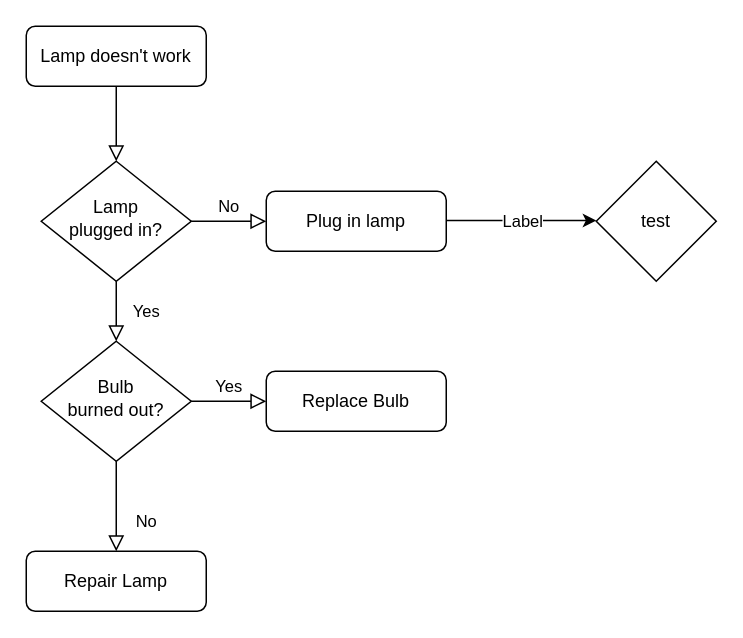
marguello86/Equipo1_MINSA keeps this draw.io diagram as page "Page-1" (1 of 5) of Untitled Diagram.drawio. Above is the earlier version. Source tidied: cells renumbered, new cells numbered last; positions are measured from the earlier drawing's top-left corner, leaving out a move shared by most shapes. Both pictures are drawn from the tidied source at 150%, with x=0, y=0 at pixel (26, 26).
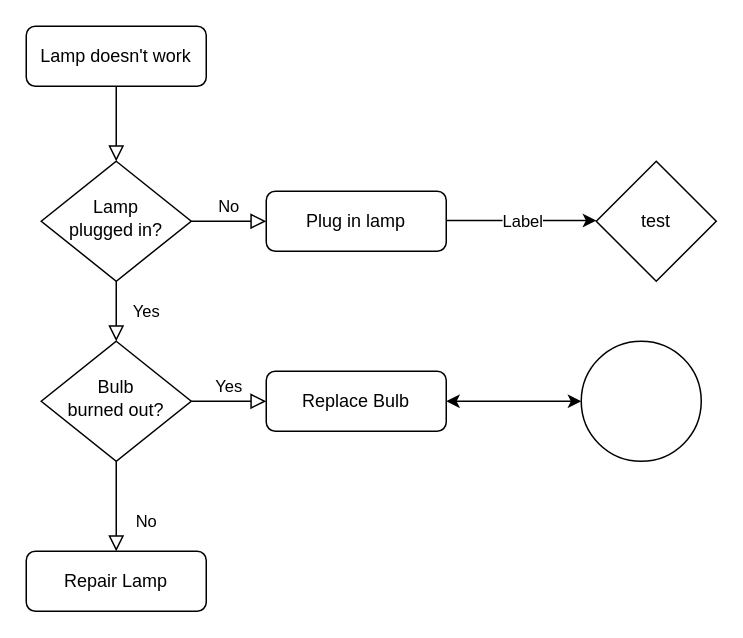
After the change.

The edit, as a diff of the source:
```diff
@@
 <mxGraphModel>
   <root>
     <mxCell id="0" />
     <mxCell id="1" parent="0" />
     <mxCell id="2" style="rounded=0;html=1;jettySize=auto;fontSize=11;endArrow=block;endFill=0;endSize=8;strokeWidth=1;shadow=0;labelBackgroundColor=none;edgeStyle=orthogonalEdgeStyle;" parent="1" edge="1" source="3" target="6">
       <mxGeometry relative="1" as="geometry" />
     </mxCell>
     <mxCell id="3" value="Lamp doesn't work" style="rounded=1;whiteSpace=wrap;html=1;fontSize=12;glass=0;strokeWidth=1;shadow=0;" parent="1" vertex="1">
       <mxGeometry width="120" height="40" as="geometry" />
     </mxCell>
     <mxCell id="4" value="Yes" style="rounded=0;html=1;jettySize=auto;fontSize=11;endArrow=block;endFill=0;endSize=8;strokeWidth=1;shadow=0;labelBackgroundColor=none;edgeStyle=orthogonalEdgeStyle;" parent="1" edge="1" source="6" target="10">
       <mxGeometry y="20" relative="1" as="geometry" />
     </mxCell>
     <mxCell id="5" value="No" style="edgeStyle=orthogonalEdgeStyle;rounded=0;html=1;jettySize=auto;fontSize=11;endArrow=block;endFill=0;endSize=8;strokeWidth=1;shadow=0;labelBackgroundColor=none;" parent="1" edge="1" source="6" target="7">
       <mxGeometry y="10" relative="1" as="geometry" />
     </mxCell>
     <mxCell id="6" value="Lamp&lt;br&gt;plugged in?" style="rhombus;whiteSpace=wrap;html=1;shadow=0;fontFamily=Helvetica;fontSize=12;align=center;strokeWidth=1;spacing=6;spacingTop=-4;" parent="1" vertex="1">
       <mxGeometry x="10" y="90" width="100" height="80" as="geometry" />
     </mxCell>
     <mxCell id="7" value="Plug in lamp" style="rounded=1;whiteSpace=wrap;html=1;fontSize=12;glass=0;strokeWidth=1;shadow=0;" parent="1" vertex="1">
       <mxGeometry x="160" y="110" width="120" height="40" as="geometry" />
     </mxCell>
     <mxCell id="8" value="No" style="rounded=0;html=1;jettySize=auto;fontSize=11;endArrow=block;endFill=0;endSize=8;strokeWidth=1;shadow=0;labelBackgroundColor=none;edgeStyle=orthogonalEdgeStyle;" parent="1" edge="1" source="10" target="11">
       <mxGeometry x="0.33" y="20" relative="1" as="geometry" />
     </mxCell>
     <mxCell id="9" value="Yes" style="edgeStyle=orthogonalEdgeStyle;rounded=0;html=1;jettySize=auto;fontSize=11;endArrow=block;endFill=0;endSize=8;strokeWidth=1;shadow=0;labelBackgroundColor=none;" parent="1" edge="1" source="10" target="12">
       <mxGeometry y="10" relative="1" as="geometry" />
     </mxCell>
     <mxCell id="10" value="Bulb&lt;br&gt;burned out?" style="rhombus;whiteSpace=wrap;html=1;shadow=0;fontFamily=Helvetica;fontSize=12;align=center;strokeWidth=1;spacing=6;spacingTop=-4;" parent="1" vertex="1">
       <mxGeometry x="10" y="210" width="100" height="80" as="geometry" />
     </mxCell>
     <mxCell id="11" value="Repair Lamp" style="rounded=1;whiteSpace=wrap;html=1;fontSize=12;glass=0;strokeWidth=1;shadow=0;" parent="1" vertex="1">
       <mxGeometry y="350" width="120" height="40" as="geometry" />
     </mxCell>
     <mxCell id="12" value="Replace Bulb" style="rounded=1;whiteSpace=wrap;html=1;fontSize=12;glass=0;strokeWidth=1;shadow=0;" parent="1" vertex="1">
       <mxGeometry x="160" y="230" width="120" height="40" as="geometry" />
     </mxCell>
     <mxCell id="13" value="test" style="rhombus;whiteSpace=wrap;html=1;" parent="1" vertex="1">
       <mxGeometry x="380" y="90" width="80" height="80" as="geometry" />
     </mxCell>
     <mxCell id="14" style="endArrow=classic;html=1;rounded=0;" parent="1" edge="1">
       <mxGeometry relative="1" as="geometry">
         <mxPoint x="280" y="129.5" as="sourcePoint" />
         <mxPoint x="380" y="129.5" as="targetPoint" />
       </mxGeometry>
     </mxCell>
     <mxCell id="15" value="Label" style="edgeLabel;html=1;align=center;verticalAlign=middle;" parent="14" vertex="1">
       <mxGeometry relative="1" as="geometry" />
     </mxCell>
+    <mxCell id="16" style="ellipse;whiteSpace=wrap;html=1;" parent="1" vertex="1">
+      <mxGeometry x="370" y="210" width="80" height="80" as="geometry" />
+    </mxCell>
+    <mxCell id="17" style="endArrow=classic;startArrow=classic;html=1;rounded=0;exitX=1;exitY=0.5;exitDx=0;exitDy=0;" parent="1" edge="1" source="12" target="16">
+      <mxGeometry relative="1" as="geometry" />
+    </mxCell>
   </root>
 </mxGraphModel>
```
